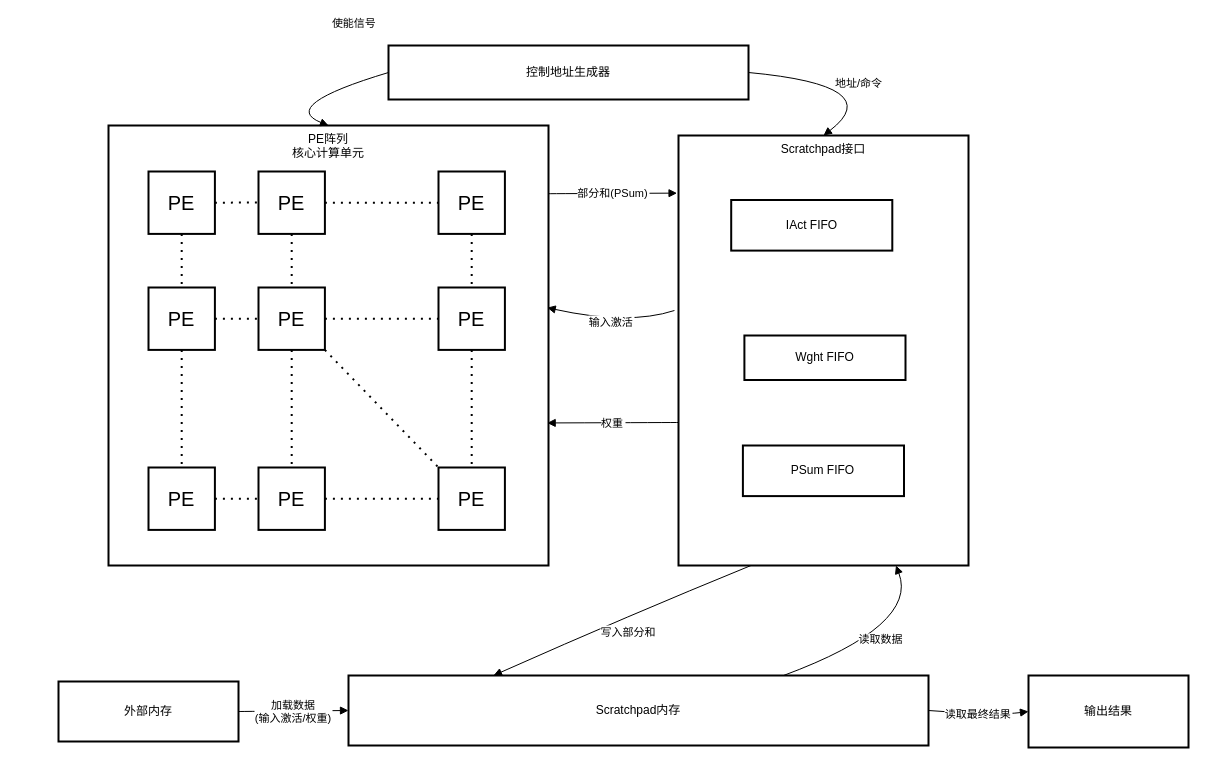
The draw.io diagram a/dataflow_full.drawio in SuperCcyerer/for_drawio, before the edit. Source tidied: cells renumbered, new cells numbered last; positions are measured from the earlier drawing's top-left corner, leaving out a move shared by most shapes. Both pictures are drawn from the tidied source at 100%, with x=0, y=0 at pixel (58, 45).
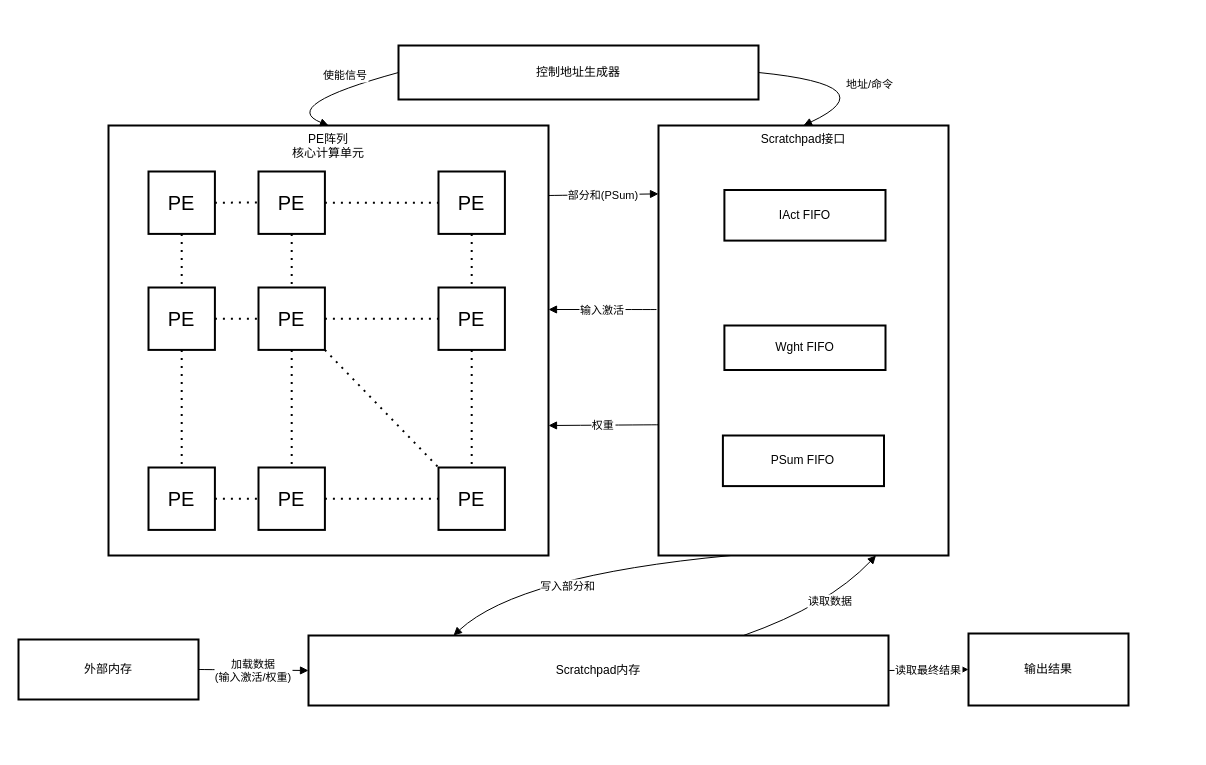
After the change.

Change to the diagram source:
```diff
@@
     <mxCell id="2" value="PE阵列&#10;核心计算单元" style="whiteSpace=wrap;strokeWidth=2;verticalAlign=top;" parent="1" vertex="1">
-      <mxGeometry x="50" y="80" width="440" height="440" as="geometry" />
+      <mxGeometry x="50" y="80" width="440" height="430" as="geometry" />
     </mxCell>
     <mxCell id="3" value="Scratchpad接口" style="whiteSpace=wrap;strokeWidth=2;verticalAlign=top;" parent="1" vertex="1">
-      <mxGeometry x="620" y="90" width="290" height="430" as="geometry" />
+      <mxGeometry x="600" y="80" width="290" height="430" as="geometry" />
     </mxCell>
     <mxCell id="4" value="IAct FIFO" style="whiteSpace=wrap;strokeWidth=2;" parent="3" vertex="1">
-      <mxGeometry x="52.7" y="64.5" width="161.1" height="50.6" as="geometry" />
+      <mxGeometry x="65.9" y="64.5" width="161.1" height="50.6" as="geometry" />
     </mxCell>
@@
     <mxCell id="7" value="外部内存" style="whiteSpace=wrap;strokeWidth=2;" parent="1" vertex="1">
-      <mxGeometry y="636" width="180" height="60" as="geometry" />
+      <mxGeometry x="-40" y="594" width="180" height="60" as="geometry" />
     </mxCell>
     <mxCell id="8" value="Scratchpad内存" style="whiteSpace=wrap;strokeWidth=2;" parent="1" vertex="1">
-      <mxGeometry x="290" y="630" width="580" height="70" as="geometry" />
+      <mxGeometry x="250" y="590" width="580" height="70" as="geometry" />
     </mxCell>
     <mxCell id="9" value="输出结果" style="whiteSpace=wrap;strokeWidth=2;" parent="1" vertex="1">
-      <mxGeometry x="970" y="630" width="160" height="72" as="geometry" />
+      <mxGeometry x="910" y="588" width="160" height="72" as="geometry" />
     </mxCell>
     <mxCell id="10" value="控制地址生成器" style="whiteSpace=wrap;strokeWidth=2;" parent="1" vertex="1">
-      <mxGeometry x="330" width="360" height="54" as="geometry" />
+      <mxGeometry x="340" width="360" height="54" as="geometry" />
     </mxCell>
@@
     <mxCell id="12" value="读取最终结果" style="curved=1;startArrow=none;endArrow=block;exitX=1;exitY=0.5;entryX=0;entryY=0.5;rounded=0;" parent="1" edge="1" source="8" target="9">
-      <mxGeometry relative="1" as="geometry">
-        <Array as="points">
-          <mxPoint x="940" y="670" />
-        </Array>
-      </mxGeometry>
+      <mxGeometry relative="1" as="geometry" />
     </mxCell>
     <mxCell id="13" value="读取数据" style="curved=1;startArrow=none;endArrow=block;exitX=0.75;exitY=0;entryX=0.75;entryY=1;rounded=0;entryDx=0;entryDy=0;exitDx=0;exitDy=0;" parent="1" edge="1" source="8" target="3">
-      <mxGeometry relative="1" as="geometry">
+      <mxGeometry x="0.2" y="2" relative="1" as="geometry">
         <Array as="points">
-          <mxPoint x="860" y="580" />
+          <mxPoint x="770" y="560" />
         </Array>
       </mxGeometry>
     </mxCell>
-    <mxCell id="14" value="输入激活" style="curved=1;startArrow=none;endArrow=block;exitX=-0.014;exitY=0.407;entryX=0.997;entryY=0.414;rounded=0;exitDx=0;exitDy=0;exitPerimeter=0;entryDx=0;entryDy=0;entryPerimeter=0;" parent="1" edge="1" source="3" target="2">
+    <mxCell id="14" value="输入激活" style="curved=1;startArrow=none;endArrow=block;exitX=-0.007;exitY=0.428;rounded=0;exitDx=0;exitDy=0;exitPerimeter=0;" parent="1" edge="1" source="3">
       <mxGeometry relative="1" as="geometry">
-        <Array as="points">
-          <mxPoint x="570" y="280" />
-        </Array>
+        <mxPoint x="490" y="264" as="targetPoint" />
       </mxGeometry>
     </mxCell>
-    <mxCell id="15" value="权重" style="curved=1;startArrow=none;endArrow=block;entryX=0.997;entryY=0.676;rounded=0;entryDx=0;entryDy=0;entryPerimeter=0;" parent="1" edge="1" target="2">
+    <mxCell id="15" value="权重" style="curved=1;startArrow=none;endArrow=block;rounded=0;exitX=-0.001;exitY=0.696;exitDx=0;exitDy=0;exitPerimeter=0;" parent="1" edge="1" source="3">
       <mxGeometry relative="1" as="geometry">
-        <mxPoint x="620" y="377" as="sourcePoint" />
+        <mxPoint x="490" y="380" as="targetPoint" />
       </mxGeometry>
     </mxCell>
-    <mxCell id="16" value="部分和(PSum)" style="curved=1;startArrow=none;endArrow=block;exitX=1.001;exitY=0.155;entryX=-0.005;entryY=0.134;rounded=0;entryDx=0;entryDy=0;entryPerimeter=0;exitDx=0;exitDy=0;exitPerimeter=0;" parent="1" edge="1" source="2" target="3">
-      <mxGeometry relative="1" as="geometry" />
+    <mxCell id="16" value="部分和(PSum)" style="curved=1;startArrow=none;endArrow=block;entryX=0;entryY=0.159;rounded=0;entryDx=0;entryDy=0;entryPerimeter=0;" parent="1" edge="1" target="3">
+      <mxGeometry relative="1" as="geometry">
+        <mxPoint x="490" y="150" as="sourcePoint" />
+      </mxGeometry>
     </mxCell>
     <mxCell id="17" value="写入部分和" style="curved=1;startArrow=none;endArrow=block;exitX=0.25;exitY=1;entryX=0.25;entryY=0;rounded=0;exitDx=0;exitDy=0;entryDx=0;entryDy=0;" parent="1" edge="1" source="3" target="8">
-      <mxGeometry x="-0.01" y="15" relative="1" as="geometry">
+      <mxGeometry x="0.09" y="15" relative="1" as="geometry">
         <Array as="points">
-          <mxPoint x="570" y="570" />
+          <mxPoint x="460" y="530" />
         </Array>
       </mxGeometry>
     </mxCell>
@@
     <mxCell id="19" value="使能信号" style="curved=1;startArrow=none;endArrow=block;exitX=0;exitY=0.5;entryX=0.5;entryY=0;rounded=0;exitDx=0;exitDy=0;entryDx=0;entryDy=0;" parent="1" edge="1" source="10" target="2">
-      <mxGeometry x="-1" y="-70" relative="1" as="geometry">
+      <mxGeometry x="-0.42" y="-11" relative="1" as="geometry">
         <Array as="points">
           <mxPoint x="220" y="60" />
         </Array>
-        <mxPoint x="-14" y="18" as="offset" />
+        <mxPoint y="-1" as="offset" />
       </mxGeometry>
     </mxCell>
```
